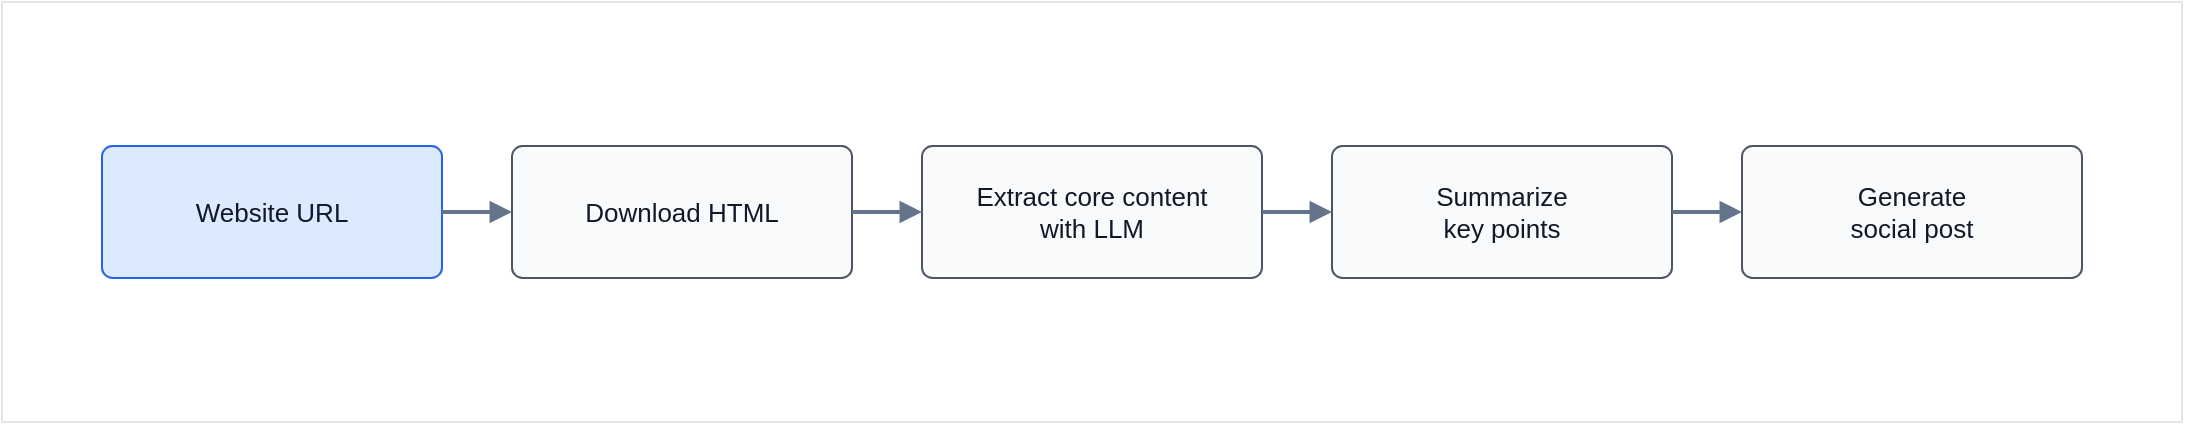
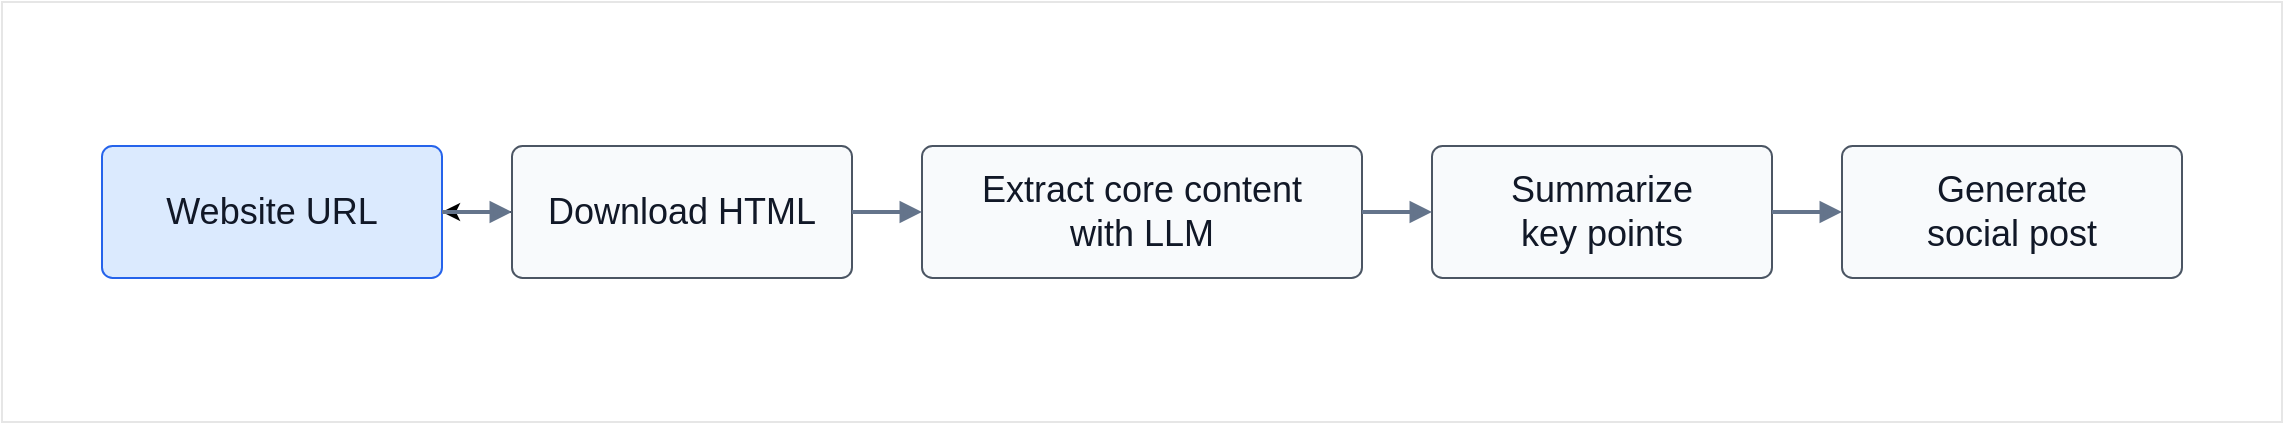
<mxfile host="Electron" agent="Mozilla/5.0 (Windows NT 10.0; Win64; x64) AppleWebKit/537.36 (KHTML, like Gecko) draw.io/29.5.2 Chrome/142.0.7444.265 Electron/39.6.1 Safari/537.36" version="29.5.2">
  <diagram id="ai-content-processing-workflow" name="AI Content Processing Workflow">
-     <mxGraphModel dx="2409" dy="901" grid="1" gridSize="10" guides="1" tooltips="1" connect="1" arrows="1" fold="1" page="1" pageScale="1" pageWidth="1120" pageHeight="520" math="0" shadow="0">
+     <mxGraphModel dx="2660" dy="901" grid="1" gridSize="10" guides="1" tooltips="1" connect="1" arrows="1" fold="1" page="1" pageScale="1" pageWidth="1120" pageHeight="520" math="0" shadow="0">
      <root>
        <mxCell id="0" />
        <mxCell id="1" parent="0" />
        <mxCell id="k8UVEFsfRzNoWhUHmcNl-1" parent="1" style="rounded=0;whiteSpace=wrap;html=1;strokeColor=#E6E6E6;" value="" vertex="1">
-           <mxGeometry height="210" width="1090" x="-10" y="108" as="geometry" />
+           <mxGeometry height="210" width="1140" x="-60" y="108" as="geometry" />
        </mxCell>
-         <mxCell id="id2" parent="1" style="rounded=1;whiteSpace=wrap;html=1;arcSize=8;strokeColor=#2563eb;fillColor=#dbeafe;fontColor=#111827;fontSize=13;spacing=10;" value="Website URL" vertex="1">
-           <mxGeometry height="66" width="170" x="40" y="180" as="geometry" />
+         <mxCell id="id2" parent="1" style="rounded=1;whiteSpace=wrap;html=1;arcSize=8;strokeColor=#2563eb;fillColor=#dbeafe;fontColor=#111827;fontSize=18;spacing=10;" value="Website URL" vertex="1">
+           <mxGeometry height="66" width="170" x="-10" y="180" as="geometry" />
        </mxCell>
-         <mxCell id="id3" parent="1" style="rounded=1;whiteSpace=wrap;html=1;arcSize=8;strokeColor=#4b5563;fillColor=#f8fafc;fontColor=#111827;fontSize=13;spacing=10;" value="Download HTML" vertex="1">
-           <mxGeometry height="66" width="170" x="245" y="180" as="geometry" />
+         <mxCell id="aQgmpnx8wTnUbdIy5Xgt-1" edge="1" parent="1" source="id3" style="edgeStyle=orthogonalEdgeStyle;rounded=0;orthogonalLoop=1;jettySize=auto;html=1;" target="id2" value="">
+           <mxGeometry relative="1" as="geometry" />
        </mxCell>
-         <mxCell id="id4" parent="1" style="rounded=1;whiteSpace=wrap;html=1;arcSize=8;strokeColor=#4b5563;fillColor=#f8fafc;fontColor=#111827;fontSize=13;spacing=10;" value="Extract core content&lt;br&gt;with LLM" vertex="1">
-           <mxGeometry height="66" width="170" x="450" y="180" as="geometry" />
+         <mxCell id="id3" parent="1" style="rounded=1;whiteSpace=wrap;html=1;arcSize=8;strokeColor=#4b5563;fillColor=#f8fafc;fontColor=#111827;fontSize=18;spacing=10;" value="Download HTML" vertex="1">
+           <mxGeometry height="66" width="170" x="195" y="180" as="geometry" />
        </mxCell>
-         <mxCell id="id5" parent="1" style="rounded=1;whiteSpace=wrap;html=1;arcSize=8;strokeColor=#4b5563;fillColor=#f8fafc;fontColor=#111827;fontSize=13;spacing=10;" value="Summarize&lt;br&gt;key points" vertex="1">
+         <mxCell id="id4" parent="1" style="rounded=1;whiteSpace=wrap;html=1;arcSize=8;strokeColor=#4b5563;fillColor=#f8fafc;fontColor=#111827;fontSize=18;spacing=10;" value="Extract core content&lt;br&gt;with LLM" vertex="1">
+           <mxGeometry height="66" width="220" x="400" y="180" as="geometry" />
+         </mxCell>
+         <mxCell id="id5" parent="1" style="rounded=1;whiteSpace=wrap;html=1;arcSize=8;strokeColor=#4b5563;fillColor=#f8fafc;fontColor=#111827;fontSize=18;spacing=10;" value="Summarize&lt;br&gt;key points" vertex="1">
          <mxGeometry height="66" width="170" x="655" y="180" as="geometry" />
        </mxCell>
-         <mxCell id="id6" parent="1" style="rounded=1;whiteSpace=wrap;html=1;arcSize=8;strokeColor=#4b5563;fillColor=#f8fafc;fontColor=#111827;fontSize=13;spacing=10;" value="Generate&lt;br&gt;social post" vertex="1">
+         <mxCell id="id6" parent="1" style="rounded=1;whiteSpace=wrap;html=1;arcSize=8;strokeColor=#4b5563;fillColor=#f8fafc;fontColor=#111827;fontSize=18;spacing=10;" value="Generate&lt;br&gt;social post" vertex="1">
          <mxGeometry height="66" width="170" x="860" y="180" as="geometry" />
        </mxCell>
        <mxCell id="id7" edge="1" parent="1" source="id2" style="endArrow=block;html=1;rounded=0;strokeWidth=2;strokeColor=#64748b;fontColor=#475569;fontSize=11;" target="id3" value="">
          <mxGeometry relative="1" as="geometry" />
        </mxCell>
        <mxCell id="id8" edge="1" parent="1" source="id3" style="endArrow=block;html=1;rounded=0;strokeWidth=2;strokeColor=#64748b;fontColor=#475569;fontSize=11;" target="id4" value="">
          <mxGeometry relative="1" as="geometry" />
        </mxCell>
        <mxCell id="id9" edge="1" parent="1" source="id4" style="endArrow=block;html=1;rounded=0;strokeWidth=2;strokeColor=#64748b;fontColor=#475569;fontSize=11;" target="id5" value="">
          <mxGeometry relative="1" as="geometry" />
        </mxCell>
        <mxCell id="id10" edge="1" parent="1" source="id5" style="endArrow=block;html=1;rounded=0;strokeWidth=2;strokeColor=#64748b;fontColor=#475569;fontSize=11;" target="id6" value="">
          <mxGeometry relative="1" as="geometry" />
        </mxCell>
      </root>
    </mxGraphModel>
  </diagram>
</mxfile>
